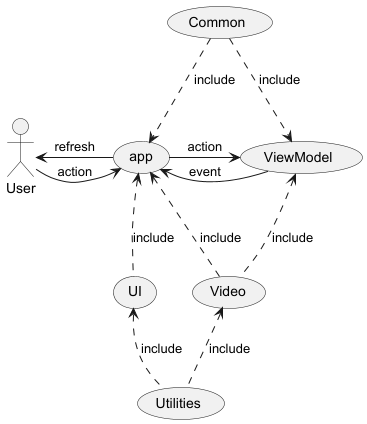
Above: doc/showcase/ShowCaseModules.png in jhelpgg/JHelpTools (PlantUML), before the change.
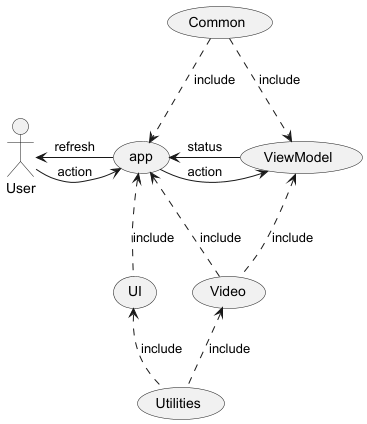
Above is the later version.

What changed in the source:
```diff
@@ -4,7 +4,7 @@
 (app) -> User : refresh
 
 (app) -> (ViewModel) : action
-(ViewModel) -> (app) : event
+(ViewModel) -> (app) : status
 
 (Common) ..> (app) : include
 (Common) ..> (ViewModel) : include
```
